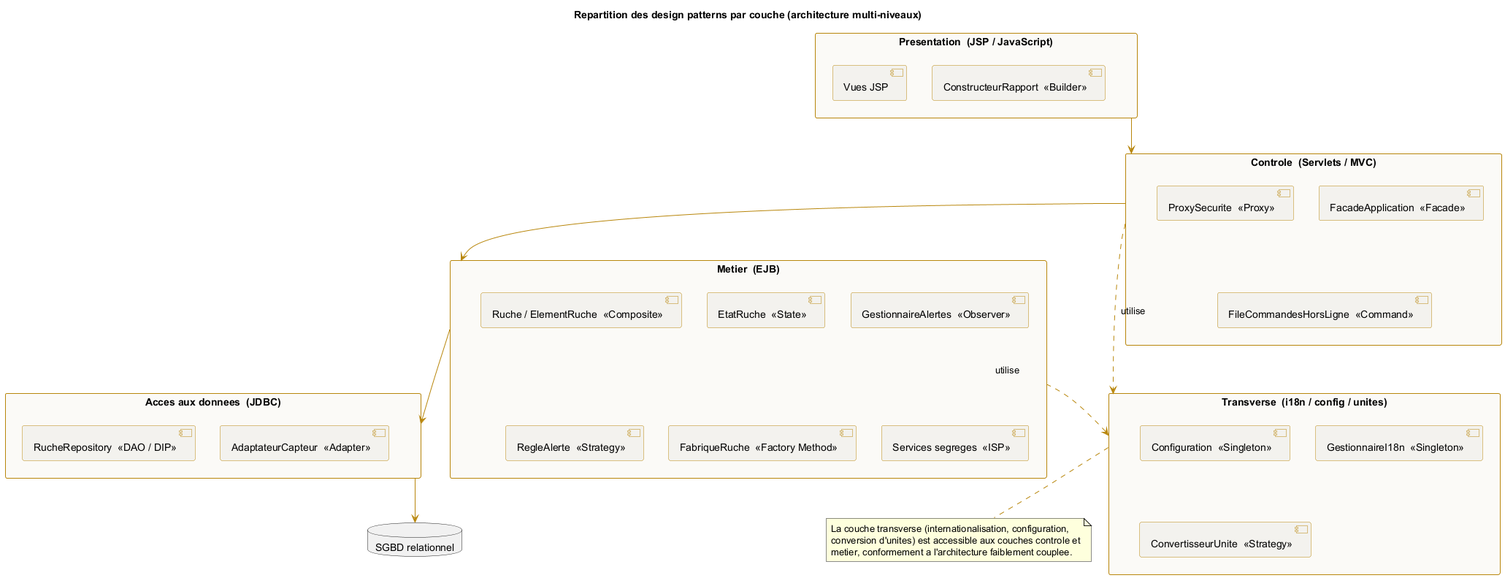
The PlantUML diagram cahier de charge/fr/annexes/D-solid-patterns/images/diagramme_packages_patterns.png in iyednefzi99/Z-mm, before a commit.
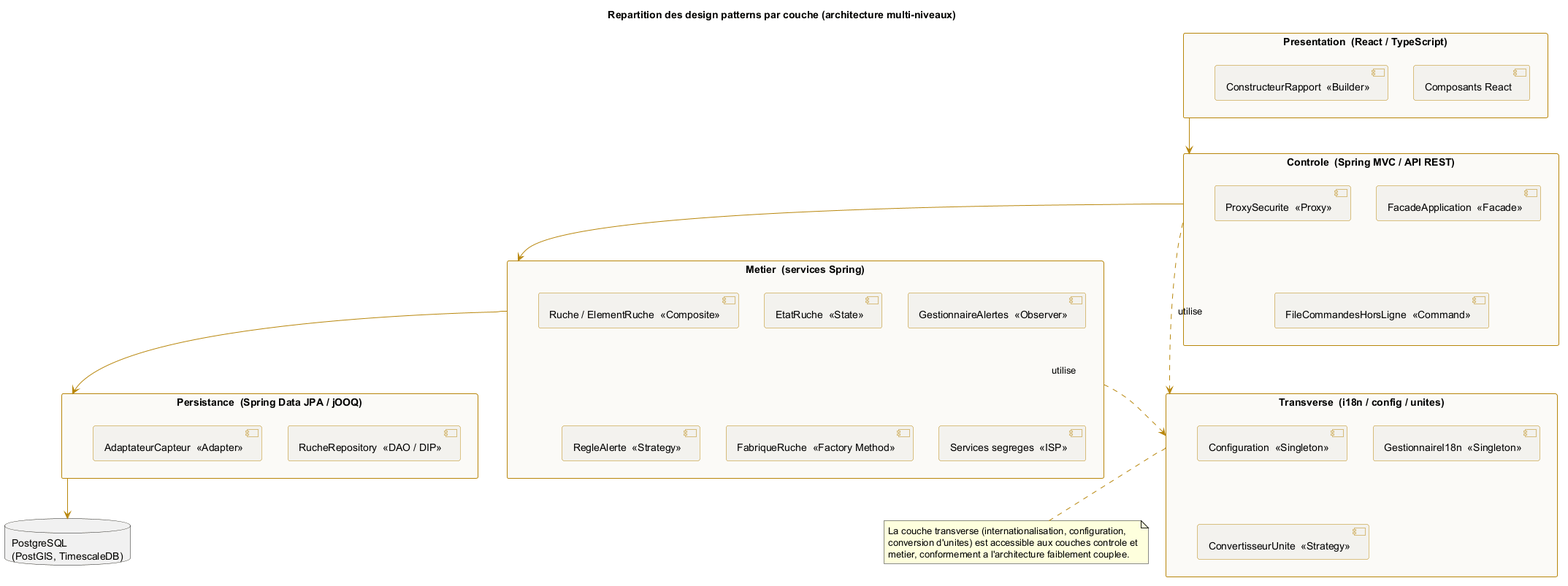
After the change.

Diff of the diagram source:
```diff
@@ -13,18 +13,18 @@
 }
 title Repartition des design patterns par couche (architecture multi-niveaux)
 
-package "Presentation  (JSP / JavaScript)" as P {
-  [Vues JSP]
+package "Presentation  (React / TypeScript)" as P {
+  [Composants React]
   [ConstructeurRapport  <<Builder>>]
 }
 
-package "Controle  (Servlets / MVC)" as C {
+package "Controle  (Spring MVC / API REST)" as C {
   [FacadeApplication  <<Facade>>]
   [ProxySecurite  <<Proxy>>]
   [FileCommandesHorsLigne  <<Command>>]
 }
 
-package "Metier  (EJB)" as M {
+package "Metier  (services Spring)" as M {
   [Ruche / ElementRuche  <<Composite>>]
   [EtatRuche  <<State>>]
   [GestionnaireAlertes  <<Observer>>]
@@ -33,7 +33,7 @@
   [Services segreges  <<ISP>>]
 }
 
-package "Acces aux donnees  (JDBC)" as D {
+package "Persistance  (Spring Data JPA / jOOQ)" as D {
   [RucheRepository  <<DAO / DIP>>]
   [AdaptateurCapteur  <<Adapter>>]
 }
@@ -44,7 +44,7 @@
   [ConvertisseurUnite  <<Strategy>>]
 }
 
-database "SGBD relationnel" as DB
+database "PostgreSQL\n(PostGIS, TimescaleDB)" as DB
 
 P --> C
 C --> M
```
